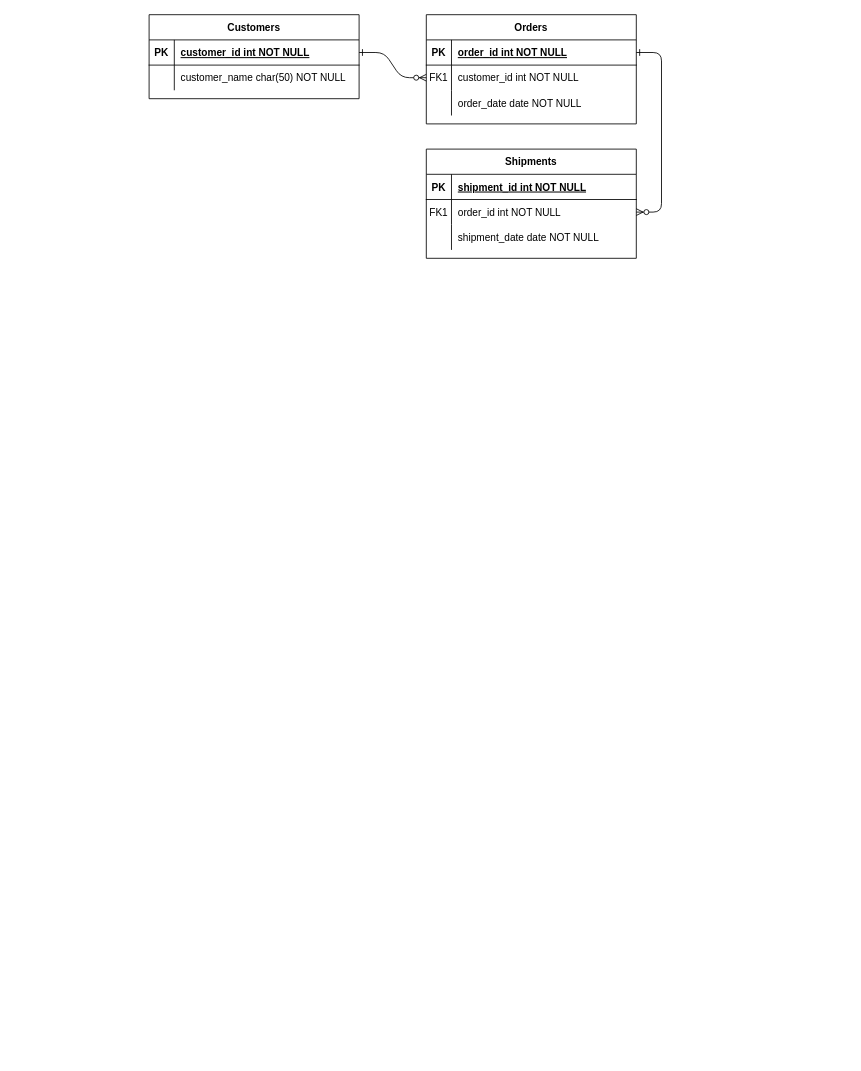
Earlier version of the draw.io diagram page "Page-1" (1 of 2) of Biểu đồ không có tiêu đề.drawio (viettrungq92/Code). Source tidied: cells renumbered, new cells numbered last; positions are measured from the earlier drawing's top-left corner, leaving out a move shared by most shapes. Both pictures are drawn from the tidied source at 84%, with x=0, y=0 at pixel (149, 14).
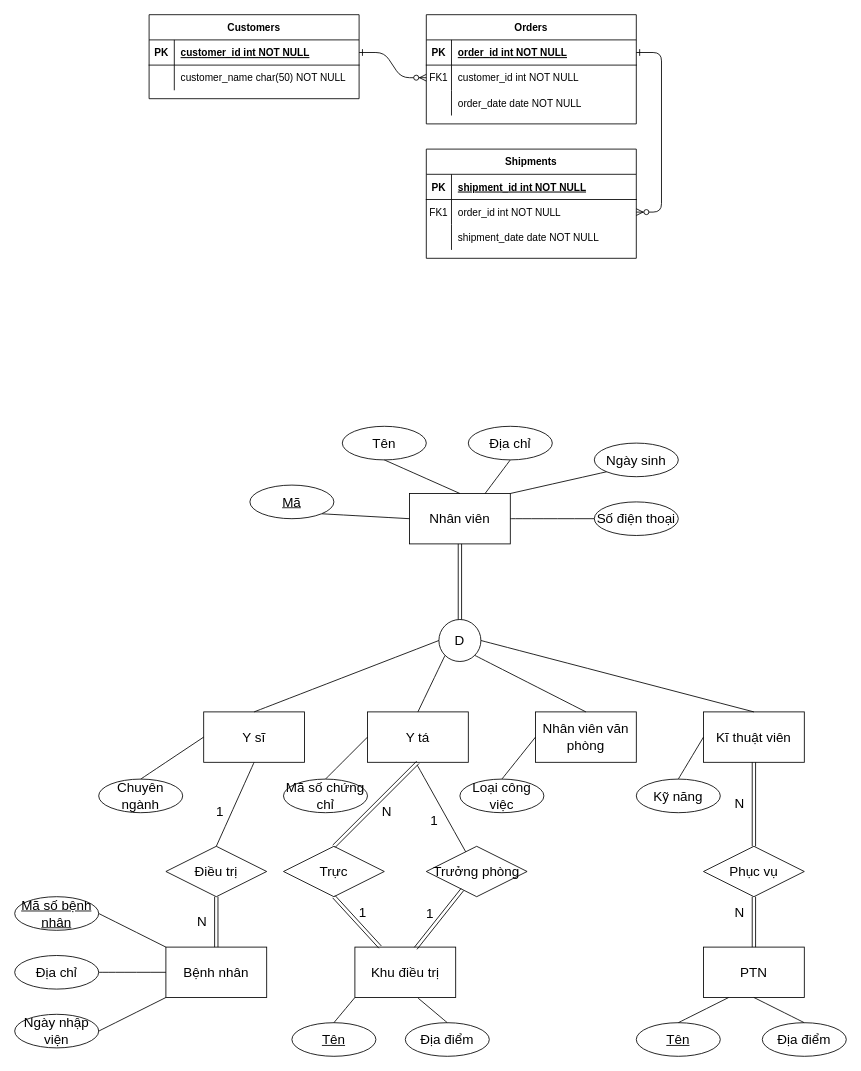
After the change.

The edit, as a diff of the source:
```diff
@@
+    <mxCell id="31" value="Nhân viên" style="rounded=0;whiteSpace=wrap;html=1;fontSize=16;" parent="1" vertex="1">
+      <mxGeometry x="310" y="570" width="120" height="60" as="geometry" />
+    </mxCell>
+    <mxCell id="32" style="endArrow=none;html=1;rounded=0;fontSize=12;startSize=8;endSize=8;curved=1;exitX=1;exitY=1;exitDx=0;exitDy=0;entryX=0;entryY=0.5;entryDx=0;entryDy=0;" parent="1" edge="1" source="33" target="31">
+      <mxGeometry relative="1" as="geometry" />
+    </mxCell>
+    <mxCell id="33" value="Mã" style="ellipse;whiteSpace=wrap;html=1;align=center;fontStyle=4;fontSize=16;" parent="1" vertex="1">
+      <mxGeometry x="120" y="560" width="100" height="40" as="geometry" />
+    </mxCell>
+    <mxCell id="34" value="Tên" style="ellipse;whiteSpace=wrap;html=1;align=center;fontSize=16;" parent="1" vertex="1">
+      <mxGeometry x="230" y="490" width="100" height="40" as="geometry" />
+    </mxCell>
+    <mxCell id="35" style="endArrow=none;html=1;rounded=0;fontSize=12;startSize=8;endSize=8;curved=1;exitX=0.5;exitY=1;exitDx=0;exitDy=0;entryX=0.5;entryY=0;entryDx=0;entryDy=0;" parent="1" edge="1" source="34" target="31">
+      <mxGeometry relative="1" as="geometry" />
+    </mxCell>
+    <mxCell id="36" value="Địa chỉ" style="ellipse;whiteSpace=wrap;html=1;align=center;fontSize=16;" parent="1" vertex="1">
+      <mxGeometry x="380" y="490" width="100" height="40" as="geometry" />
+    </mxCell>
+    <mxCell id="37" style="endArrow=none;html=1;rounded=0;fontSize=12;startSize=8;endSize=8;curved=1;exitX=0.5;exitY=1;exitDx=0;exitDy=0;entryX=0.75;entryY=0;entryDx=0;entryDy=0;" parent="1" edge="1" source="36" target="31">
+      <mxGeometry relative="1" as="geometry" />
+    </mxCell>
+    <mxCell id="38" value="Ngày sinh" style="ellipse;whiteSpace=wrap;html=1;align=center;fontSize=16;" parent="1" vertex="1">
+      <mxGeometry x="530" y="510" width="100" height="40" as="geometry" />
+    </mxCell>
+    <mxCell id="39" style="endArrow=none;html=1;rounded=0;fontSize=12;startSize=8;endSize=8;curved=1;exitX=0;exitY=1;exitDx=0;exitDy=0;entryX=1;entryY=0;entryDx=0;entryDy=0;" parent="1" edge="1" source="38" target="31">
+      <mxGeometry relative="1" as="geometry" />
+    </mxCell>
+    <mxCell id="40" value="Số điện thoại" style="ellipse;whiteSpace=wrap;html=1;align=center;fontSize=16;" parent="1" vertex="1">
+      <mxGeometry x="530" y="580" width="100" height="40" as="geometry" />
+    </mxCell>
+    <mxCell id="41" style="endArrow=none;html=1;rounded=0;fontSize=12;startSize=8;endSize=8;curved=1;entryX=0;entryY=0.5;entryDx=0;entryDy=0;" parent="1" edge="1" target="40">
+      <mxGeometry relative="1" as="geometry">
+        <mxPoint x="430" y="600" as="sourcePoint" />
+      </mxGeometry>
+    </mxCell>
+    <mxCell id="42" value="D" style="ellipse;whiteSpace=wrap;html=1;fontSize=16;" parent="1" vertex="1">
+      <mxGeometry x="345" y="720" width="50" height="50" as="geometry" />
+    </mxCell>
+    <mxCell id="43" style="shape=link;html=1;rounded=0;fontSize=12;startSize=8;endSize=8;curved=1;exitX=0.5;exitY=1;exitDx=0;exitDy=0;entryX=0.5;entryY=0;entryDx=0;entryDy=0;" parent="1" edge="1" source="31" target="42">
+      <mxGeometry relative="1" as="geometry" />
+    </mxCell>
+    <mxCell id="44" value="Y sĩ" style="rounded=0;whiteSpace=wrap;html=1;fontSize=16;" parent="1" vertex="1">
+      <mxGeometry x="65" y="830" width="120" height="60" as="geometry" />
+    </mxCell>
+    <mxCell id="45" value="Y tá" style="rounded=0;whiteSpace=wrap;html=1;fontSize=16;" parent="1" vertex="1">
+      <mxGeometry x="260" y="830" width="120" height="60" as="geometry" />
+    </mxCell>
+    <mxCell id="46" value="Nhân viên văn phòng" style="rounded=0;whiteSpace=wrap;html=1;fontSize=16;" parent="1" vertex="1">
+      <mxGeometry x="460" y="830" width="120" height="60" as="geometry" />
+    </mxCell>
+    <mxCell id="47" value="Kĩ thuật viên" style="rounded=0;whiteSpace=wrap;html=1;fontSize=16;" parent="1" vertex="1">
+      <mxGeometry x="660" y="830" width="120" height="60" as="geometry" />
+    </mxCell>
+    <mxCell id="48" value="Chuyên ngành" style="ellipse;whiteSpace=wrap;html=1;align=center;fontSize=16;" parent="1" vertex="1">
+      <mxGeometry x="-60" y="910" width="100" height="40" as="geometry" />
+    </mxCell>
+    <mxCell id="49" value="Mã số chứng chỉ" style="ellipse;whiteSpace=wrap;html=1;align=center;fontSize=16;" parent="1" vertex="1">
+      <mxGeometry x="160" y="910" width="100" height="40" as="geometry" />
+    </mxCell>
+    <mxCell id="50" value="Loại công việc" style="ellipse;whiteSpace=wrap;html=1;align=center;fontSize=16;" parent="1" vertex="1">
+      <mxGeometry x="370" y="910" width="100" height="40" as="geometry" />
+    </mxCell>
+    <mxCell id="51" value="Kỹ năng" style="ellipse;whiteSpace=wrap;html=1;align=center;fontSize=16;" parent="1" vertex="1">
+      <mxGeometry x="580" y="910" width="100" height="40" as="geometry" />
+    </mxCell>
+    <mxCell id="52" style="endArrow=none;html=1;rounded=0;fontSize=12;startSize=8;endSize=8;curved=1;exitX=0.5;exitY=0;exitDx=0;exitDy=0;entryX=0;entryY=0.5;entryDx=0;entryDy=0;" parent="1" edge="1" source="48" target="44">
+      <mxGeometry relative="1" as="geometry" />
+    </mxCell>
+    <mxCell id="53" style="endArrow=none;html=1;rounded=0;fontSize=12;startSize=8;endSize=8;curved=1;exitX=0.5;exitY=0;exitDx=0;exitDy=0;entryX=0;entryY=0.5;entryDx=0;entryDy=0;" parent="1" edge="1" source="49" target="45">
+      <mxGeometry relative="1" as="geometry" />
+    </mxCell>
+    <mxCell id="54" style="endArrow=none;html=1;rounded=0;fontSize=12;startSize=8;endSize=8;curved=1;exitX=0.5;exitY=0;exitDx=0;exitDy=0;entryX=0;entryY=0.5;entryDx=0;entryDy=0;" parent="1" edge="1" source="50" target="46">
+      <mxGeometry relative="1" as="geometry" />
+    </mxCell>
+    <mxCell id="55" style="endArrow=none;html=1;rounded=0;fontSize=12;startSize=8;endSize=8;curved=1;exitX=0.5;exitY=0;exitDx=0;exitDy=0;entryX=0;entryY=0.5;entryDx=0;entryDy=0;" parent="1" edge="1" source="51" target="47">
+      <mxGeometry relative="1" as="geometry" />
+    </mxCell>
+    <mxCell id="56" value="Trực" style="shape=rhombus;perimeter=rhombusPerimeter;whiteSpace=wrap;html=1;align=center;fontSize=16;" parent="1" vertex="1">
+      <mxGeometry x="160" y="990" width="120" height="60" as="geometry" />
+    </mxCell>
+    <mxCell id="57" value="Trưởng phòng" style="shape=rhombus;perimeter=rhombusPerimeter;whiteSpace=wrap;html=1;align=center;fontSize=16;" parent="1" vertex="1">
+      <mxGeometry x="330" y="990" width="120" height="60" as="geometry" />
+    </mxCell>
+    <mxCell id="58" style="shape=link;html=1;rounded=0;fontSize=12;startSize=8;endSize=8;curved=1;exitX=0.5;exitY=1;exitDx=0;exitDy=0;entryX=0.5;entryY=0;entryDx=0;entryDy=0;" parent="1" edge="1" source="45" target="56">
+      <mxGeometry relative="1" as="geometry" />
+    </mxCell>
+    <mxCell id="59" value="N" style="html=1;whiteSpace=wrap;align=right;verticalAlign=bottom;fontSize=16;" parent="58" vertex="1">
+      <mxGeometry x="1" relative="1" as="geometry">
+        <mxPoint x="70" y="-30" as="offset" />
+      </mxGeometry>
+    </mxCell>
+    <mxCell id="60" value="Khu điều trị" style="rounded=0;whiteSpace=wrap;html=1;fontSize=16;" parent="1" vertex="1">
+      <mxGeometry x="245" y="1110" width="120" height="60" as="geometry" />
+    </mxCell>
+    <mxCell id="61" style="shape=link;html=1;rounded=0;fontSize=12;startSize=8;endSize=8;curved=1;exitX=0.5;exitY=1;exitDx=0;exitDy=0;entryX=0.25;entryY=0;entryDx=0;entryDy=0;" parent="1" edge="1" source="56" target="60">
+      <mxGeometry relative="1" as="geometry" />
+    </mxCell>
+    <mxCell id="62" value="1" style="html=1;whiteSpace=wrap;align=right;verticalAlign=bottom;fontSize=16;" parent="61" vertex="1">
+      <mxGeometry x="1" relative="1" as="geometry">
+        <mxPoint x="-15" y="-30" as="offset" />
+      </mxGeometry>
+    </mxCell>
+    <mxCell id="63" style="shape=link;html=1;rounded=0;fontSize=12;startSize=8;endSize=8;curved=1;exitX=0.603;exitY=0.024;exitDx=0;exitDy=0;exitPerimeter=0;" parent="1" edge="1" source="60" target="57">
+      <mxGeometry relative="1" as="geometry" />
+    </mxCell>
+    <mxCell id="64" value="1" style="html=1;whiteSpace=wrap;align=right;verticalAlign=bottom;fontSize=16;" parent="63" vertex="1">
+      <mxGeometry x="1" relative="1" as="geometry">
+        <mxPoint x="-33" y="39" as="offset" />
+      </mxGeometry>
+    </mxCell>
+    <mxCell id="65" style="endArrow=none;html=1;rounded=0;fontSize=12;startSize=8;endSize=8;curved=1;exitX=0.579;exitY=1.059;exitDx=0;exitDy=0;exitPerimeter=0;" parent="1" edge="1" target="57">
+      <mxGeometry relative="1" as="geometry">
+        <mxPoint x="319.3" y="893.5" as="sourcePoint" />
+      </mxGeometry>
+    </mxCell>
+    <mxCell id="66" value="1" style="html=1;whiteSpace=wrap;align=right;verticalAlign=bottom;fontSize=16;" parent="65" vertex="1">
+      <mxGeometry x="1" relative="1" as="geometry">
+        <mxPoint x="-32" y="-27" as="offset" />
+      </mxGeometry>
+    </mxCell>
+    <mxCell id="67" value="Tên" style="ellipse;whiteSpace=wrap;html=1;align=center;fontStyle=4;fontSize=16;" parent="1" vertex="1">
+      <mxGeometry x="170" y="1200" width="100" height="40" as="geometry" />
+    </mxCell>
+    <mxCell id="68" value="Địa điểm" style="ellipse;whiteSpace=wrap;html=1;align=center;fontSize=16;" parent="1" vertex="1">
+      <mxGeometry x="305" y="1200" width="100" height="40" as="geometry" />
+    </mxCell>
+    <mxCell id="69" style="endArrow=none;html=1;rounded=0;fontSize=12;startSize=8;endSize=8;curved=1;exitX=0.5;exitY=0;exitDx=0;exitDy=0;entryX=0;entryY=1;entryDx=0;entryDy=0;" parent="1" edge="1" source="67" target="60">
+      <mxGeometry relative="1" as="geometry" />
+    </mxCell>
+    <mxCell id="70" style="endArrow=none;html=1;rounded=0;fontSize=12;startSize=8;endSize=8;curved=1;exitX=0.5;exitY=0;exitDx=0;exitDy=0;entryX=0.628;entryY=1.014;entryDx=0;entryDy=0;entryPerimeter=0;" parent="1" edge="1" source="68" target="60">
+      <mxGeometry relative="1" as="geometry" />
+    </mxCell>
+    <mxCell id="71" value="Phục vụ" style="shape=rhombus;perimeter=rhombusPerimeter;whiteSpace=wrap;html=1;align=center;fontSize=16;" parent="1" vertex="1">
+      <mxGeometry x="660" y="990" width="120" height="60" as="geometry" />
+    </mxCell>
+    <mxCell id="72" value="PTN" style="rounded=0;whiteSpace=wrap;html=1;fontSize=16;" parent="1" vertex="1">
+      <mxGeometry x="660" y="1110" width="120" height="60" as="geometry" />
+    </mxCell>
+    <mxCell id="73" style="shape=link;html=1;rounded=0;fontSize=12;startSize=8;endSize=8;curved=1;exitX=0.5;exitY=1;exitDx=0;exitDy=0;entryX=0.5;entryY=0;entryDx=0;entryDy=0;" parent="1" edge="1" source="47" target="71">
+      <mxGeometry relative="1" as="geometry" />
+    </mxCell>
+    <mxCell id="74" value="N" style="html=1;whiteSpace=wrap;align=right;verticalAlign=bottom;fontSize=16;" parent="73" vertex="1">
+      <mxGeometry x="1" relative="1" as="geometry">
+        <mxPoint x="-10" y="-40" as="offset" />
+      </mxGeometry>
+    </mxCell>
+    <mxCell id="75" style="shape=link;html=1;rounded=0;fontSize=12;startSize=8;endSize=8;curved=1;exitX=0.5;exitY=0;exitDx=0;exitDy=0;entryX=0.5;entryY=1;entryDx=0;entryDy=0;" parent="1" edge="1" source="72" target="71">
+      <mxGeometry relative="1" as="geometry" />
+    </mxCell>
+    <mxCell id="76" value="N" style="html=1;whiteSpace=wrap;align=right;verticalAlign=bottom;fontSize=16;" parent="75" vertex="1">
+      <mxGeometry x="1" relative="1" as="geometry">
+        <mxPoint x="-10" y="30" as="offset" />
+      </mxGeometry>
+    </mxCell>
+    <mxCell id="77" style="endArrow=none;html=1;rounded=0;fontSize=12;startSize=8;endSize=8;curved=1;exitX=1;exitY=0.5;exitDx=0;exitDy=0;entryX=0.5;entryY=0;entryDx=0;entryDy=0;" parent="1" edge="1" source="42" target="47">
+      <mxGeometry relative="1" as="geometry" />
+    </mxCell>
+    <mxCell id="78" style="endArrow=none;html=1;rounded=0;fontSize=12;startSize=8;endSize=8;curved=1;exitX=1;exitY=1;exitDx=0;exitDy=0;entryX=0.5;entryY=0;entryDx=0;entryDy=0;" parent="1" edge="1" source="42" target="46">
+      <mxGeometry relative="1" as="geometry" />
+    </mxCell>
+    <mxCell id="79" style="endArrow=none;html=1;rounded=0;fontSize=12;startSize=8;endSize=8;curved=1;exitX=0;exitY=1;exitDx=0;exitDy=0;entryX=0.5;entryY=0;entryDx=0;entryDy=0;" parent="1" edge="1" source="42" target="45">
+      <mxGeometry relative="1" as="geometry" />
+    </mxCell>
+    <mxCell id="80" value="Tên" style="ellipse;whiteSpace=wrap;html=1;align=center;fontStyle=4;fontSize=16;" parent="1" vertex="1">
+      <mxGeometry x="580" y="1200" width="100" height="40" as="geometry" />
+    </mxCell>
+    <mxCell id="81" value="Địa điểm" style="ellipse;whiteSpace=wrap;html=1;align=center;fontSize=16;" parent="1" vertex="1">
+      <mxGeometry x="730" y="1200" width="100" height="40" as="geometry" />
+    </mxCell>
+    <mxCell id="82" style="endArrow=none;html=1;rounded=0;fontSize=12;startSize=8;endSize=8;curved=1;exitX=0.5;exitY=0;exitDx=0;exitDy=0;entryX=0.25;entryY=1;entryDx=0;entryDy=0;" parent="1" edge="1" source="80" target="72">
+      <mxGeometry relative="1" as="geometry" />
+    </mxCell>
+    <mxCell id="83" style="endArrow=none;html=1;rounded=0;fontSize=12;startSize=8;endSize=8;curved=1;exitX=0.5;exitY=0;exitDx=0;exitDy=0;entryX=0.5;entryY=1;entryDx=0;entryDy=0;" parent="1" edge="1" source="81" target="72">
+      <mxGeometry relative="1" as="geometry" />
+    </mxCell>
+    <mxCell id="84" value="Điều trị" style="shape=rhombus;perimeter=rhombusPerimeter;whiteSpace=wrap;html=1;align=center;fontSize=16;" parent="1" vertex="1">
+      <mxGeometry x="20" y="990" width="120" height="60" as="geometry" />
+    </mxCell>
+    <mxCell id="85" value="Bệnh nhân" style="rounded=0;whiteSpace=wrap;html=1;fontSize=16;" parent="1" vertex="1">
+      <mxGeometry x="20" y="1110" width="120" height="60" as="geometry" />
+    </mxCell>
+    <mxCell id="86" style="endArrow=none;html=1;rounded=0;fontSize=12;startSize=8;endSize=8;curved=1;exitX=0.5;exitY=1;exitDx=0;exitDy=0;entryX=0.5;entryY=0;entryDx=0;entryDy=0;" parent="1" edge="1" source="44" target="84">
+      <mxGeometry relative="1" as="geometry" />
+    </mxCell>
+    <mxCell id="87" value="1" style="html=1;whiteSpace=wrap;align=right;verticalAlign=bottom;fontSize=16;" parent="86" vertex="1">
+      <mxGeometry x="1" relative="1" as="geometry">
+        <mxPoint x="10" y="-30" as="offset" />
+      </mxGeometry>
+    </mxCell>
+    <mxCell id="88" style="shape=link;html=1;rounded=0;fontSize=12;startSize=8;endSize=8;curved=1;exitX=0.5;exitY=1;exitDx=0;exitDy=0;entryX=0.5;entryY=0;entryDx=0;entryDy=0;" parent="1" edge="1" source="84" target="85">
+      <mxGeometry relative="1" as="geometry" />
+    </mxCell>
+    <mxCell id="89" value="N" style="html=1;whiteSpace=wrap;align=right;verticalAlign=bottom;fontSize=16;" parent="88" vertex="1">
+      <mxGeometry x="1" relative="1" as="geometry">
+        <mxPoint x="-10" y="-20" as="offset" />
+      </mxGeometry>
+    </mxCell>
+    <mxCell id="90" value="Mã số bệnh nhân" style="ellipse;whiteSpace=wrap;html=1;align=center;fontStyle=4;fontSize=16;" parent="1" vertex="1">
+      <mxGeometry x="-160" y="1050" width="100" height="40" as="geometry" />
+    </mxCell>
+    <mxCell id="91" value="Địa chỉ" style="ellipse;whiteSpace=wrap;html=1;align=center;fontSize=16;" parent="1" vertex="1">
+      <mxGeometry x="-160" y="1120" width="100" height="40" as="geometry" />
+    </mxCell>
+    <mxCell id="92" value="Ngày nhập viện" style="ellipse;whiteSpace=wrap;html=1;align=center;fontSize=16;" parent="1" vertex="1">
+      <mxGeometry x="-160" y="1190" width="100" height="40" as="geometry" />
+    </mxCell>
+    <mxCell id="93" style="endArrow=none;html=1;rounded=0;fontSize=12;startSize=8;endSize=8;curved=1;exitX=1;exitY=0.5;exitDx=0;exitDy=0;entryX=0;entryY=0;entryDx=0;entryDy=0;" parent="1" edge="1" source="90" target="85">
+      <mxGeometry relative="1" as="geometry" />
+    </mxCell>
+    <mxCell id="94" style="endArrow=none;html=1;rounded=0;fontSize=12;startSize=8;endSize=8;curved=1;exitX=1;exitY=0.5;exitDx=0;exitDy=0;entryX=0;entryY=0.5;entryDx=0;entryDy=0;" parent="1" edge="1" source="91" target="85">
+      <mxGeometry relative="1" as="geometry" />
+    </mxCell>
+    <mxCell id="95" style="endArrow=none;html=1;rounded=0;fontSize=12;startSize=8;endSize=8;curved=1;exitX=1;exitY=0.5;exitDx=0;exitDy=0;entryX=0;entryY=1;entryDx=0;entryDy=0;" parent="1" edge="1" source="92" target="85">
+      <mxGeometry relative="1" as="geometry" />
+    </mxCell>
+    <mxCell id="96" style="endArrow=none;html=1;rounded=0;fontSize=12;startSize=8;endSize=8;curved=1;exitX=0.5;exitY=0;exitDx=0;exitDy=0;entryX=0;entryY=0.5;entryDx=0;entryDy=0;" parent="1" edge="1" source="44" target="42">
+      <mxGeometry relative="1" as="geometry" />
+    </mxCell>
```
